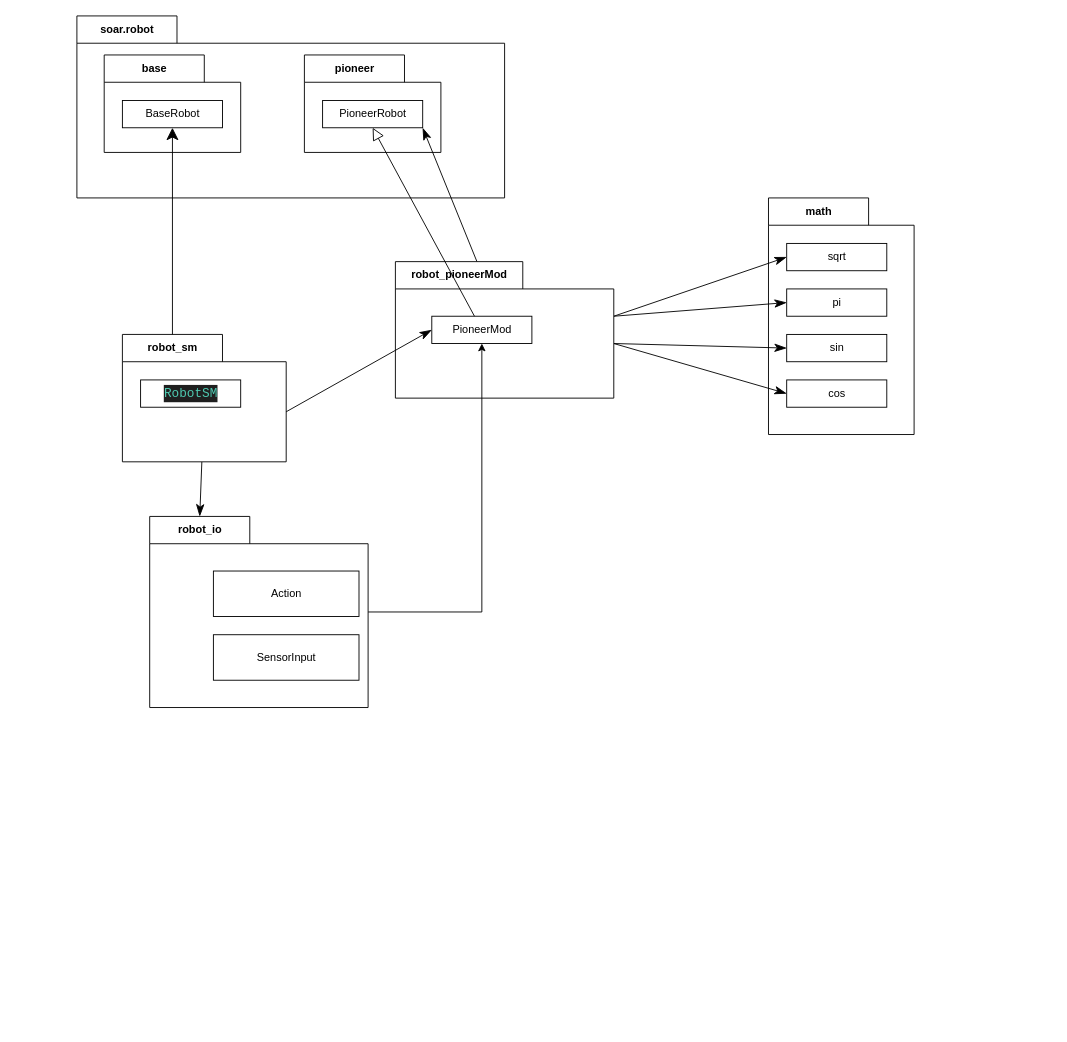
Before: lab_robot/lab_class.drawio in m00racle/python_code_6_01sc, a draw.io diagram. Source tidied: cells renumbered, new cells numbered last; positions are measured from the earlier drawing's top-left corner, leaving out a move shared by most shapes. Both pictures are drawn from the tidied source at 91%, with x=0, y=0 at pixel (76, 15).
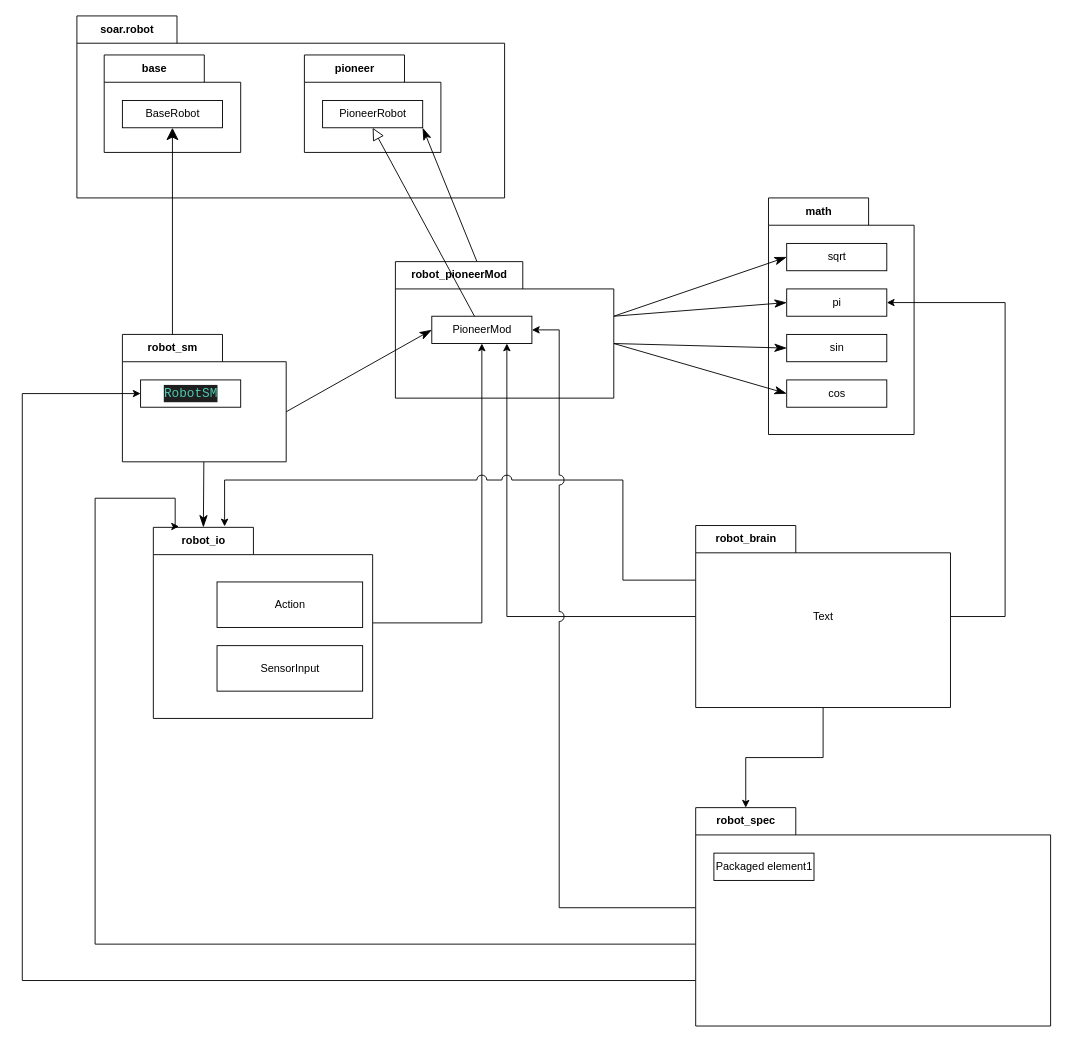
After the change.

Commit message:
finish the package diagram

Unchanged cells that the change refers to:
```xml
<mxCell id="4" value="pi" style="html=1;" parent="2" vertex="1">
  <mxGeometry width="110" height="30" relative="1" as="geometry">
    <mxPoint x="20" y="100" as="offset" />
  </mxGeometry>
</mxCell>
<mxCell id="19" value="PioneerMod" style="html=1;" parent="18" vertex="1">
  <mxGeometry width="110" height="30" relative="1" as="geometry">
    <mxPoint x="40" y="60" as="offset" />
  </mxGeometry>
</mxCell>
<mxCell id="23" value="&lt;div style=&quot;color: rgb(204, 204, 204); background-color: rgb(31, 31, 31); font-family: Consolas, &amp;quot;Courier New&amp;quot;, monospace; font-size: 14px; line-height: 19px;&quot;&gt;&lt;span style=&quot;color: #4ec9b0;&quot;&gt;RobotSM&lt;/span&gt;&lt;/div&gt;" style="html=1;" parent="22" vertex="1">
  <mxGeometry width="110" height="30" relative="1" as="geometry">
    <mxPoint x="20" y="50" as="offset" />
  </mxGeometry>
</mxCell>
```

Change to the diagram source:
```diff
@@
     <mxCell id="25" value="robot_io" style="shape=folder;fontStyle=1;tabWidth=110;tabHeight=30;tabPosition=left;html=1;boundedLbl=1;labelInHeader=1;" parent="1" vertex="1">
-      <mxGeometry x="80" y="550" width="240" height="210" as="geometry" />
+      <mxGeometry x="84" y="562" width="241" height="210" as="geometry" />
     </mxCell>
@@
+    <mxCell id="30" style="edgeStyle=orthogonalEdgeStyle;rounded=0;jettySize=auto;html=1;entryX=0.75;entryY=1;entryDx=0;entryDy=0;" parent="1" edge="1" source="34" target="19">
+      <mxGeometry relative="1" as="geometry" />
+    </mxCell>
+    <mxCell id="31" style="edgeStyle=orthogonalEdgeStyle;rounded=0;jettySize=auto;html=1;entryX=0;entryY=0;entryDx=55;entryDy=0;entryPerimeter=0;" parent="1" edge="1" source="34" target="39">
+      <mxGeometry relative="1" as="geometry" />
+    </mxCell>
+    <mxCell id="32" style="edgeStyle=orthogonalEdgeStyle;rounded=0;jettySize=auto;html=1;entryX=1;entryY=0.5;entryDx=0;entryDy=0;" parent="1" edge="1" source="34" target="4">
+      <mxGeometry x="0.01" y="-30" relative="1" as="geometry">
+        <Array as="points">
+          <mxPoint x="1020" y="660" />
+          <mxPoint x="1020" y="315" />
+        </Array>
+      </mxGeometry>
+    </mxCell>
+    <mxCell id="33" style="edgeStyle=orthogonalEdgeStyle;rounded=0;jettySize=auto;html=1;entryX=0.325;entryY=-0.005;entryDx=0;entryDy=0;entryPerimeter=0;jumpStyle=arc;jumpSize=11;" parent="1" edge="1" source="34" target="25">
+      <mxGeometry relative="1" as="geometry">
+        <Array as="points">
+          <mxPoint x="600" y="620" />
+          <mxPoint x="600" y="510" />
+          <mxPoint x="162" y="510" />
+        </Array>
+      </mxGeometry>
+    </mxCell>
+    <mxCell id="34" value="robot_brain" style="shape=folder;fontStyle=1;tabWidth=110;tabHeight=30;tabPosition=left;html=1;boundedLbl=1;labelInHeader=1;" parent="1" vertex="1">
+      <mxGeometry x="680" y="560" width="280" height="200" as="geometry" />
+    </mxCell>
+    <mxCell id="35" value="Text" style="html=1;strokeColor=none;fillColor=none;" parent="34" vertex="1">
+      <mxGeometry width="280" height="140" relative="1" as="geometry">
+        <mxPoint y="30" as="offset" />
+      </mxGeometry>
+    </mxCell>
+    <mxCell id="36" style="edgeStyle=orthogonalEdgeStyle;rounded=0;jumpStyle=arc;jumpSize=11;jettySize=auto;html=1;entryX=0;entryY=0.5;entryDx=0;entryDy=0;" parent="1" edge="1" source="39" target="23">
+      <mxGeometry relative="1" as="geometry">
+        <Array as="points">
+          <mxPoint x="-60" y="1060" />
+          <mxPoint x="-60" y="415" />
+        </Array>
+      </mxGeometry>
+    </mxCell>
+    <mxCell id="37" style="edgeStyle=orthogonalEdgeStyle;rounded=0;jumpStyle=arc;jumpSize=11;jettySize=auto;html=1;entryX=0.117;entryY=-0.005;entryDx=0;entryDy=0;entryPerimeter=0;" parent="1" edge="1" source="39" target="25">
+      <mxGeometry relative="1" as="geometry">
+        <Array as="points">
+          <mxPoint x="20" y="1020" />
+          <mxPoint x="20" y="530" />
+          <mxPoint x="108" y="530" />
+        </Array>
+      </mxGeometry>
+    </mxCell>
+    <mxCell id="38" style="edgeStyle=orthogonalEdgeStyle;rounded=0;jumpStyle=arc;jumpSize=11;jettySize=auto;html=1;entryX=1;entryY=0.5;entryDx=0;entryDy=0;" parent="1" edge="1" source="39" target="19">
+      <mxGeometry relative="1" as="geometry">
+        <Array as="points">
+          <mxPoint x="530" y="980" />
+          <mxPoint x="530" y="345" />
+        </Array>
+      </mxGeometry>
+    </mxCell>
+    <mxCell id="39" value="robot_spec" style="shape=folder;fontStyle=1;tabWidth=110;tabHeight=30;tabPosition=left;html=1;boundedLbl=1;labelInHeader=1;" parent="1" vertex="1">
+      <mxGeometry x="680" y="870" width="390" height="240" as="geometry" />
+    </mxCell>
+    <mxCell id="40" value="Packaged element1" style="html=1;" parent="39" vertex="1">
+      <mxGeometry width="110" height="30" relative="1" as="geometry">
+        <mxPoint x="20" y="50" as="offset" />
+      </mxGeometry>
+    </mxCell>
```
